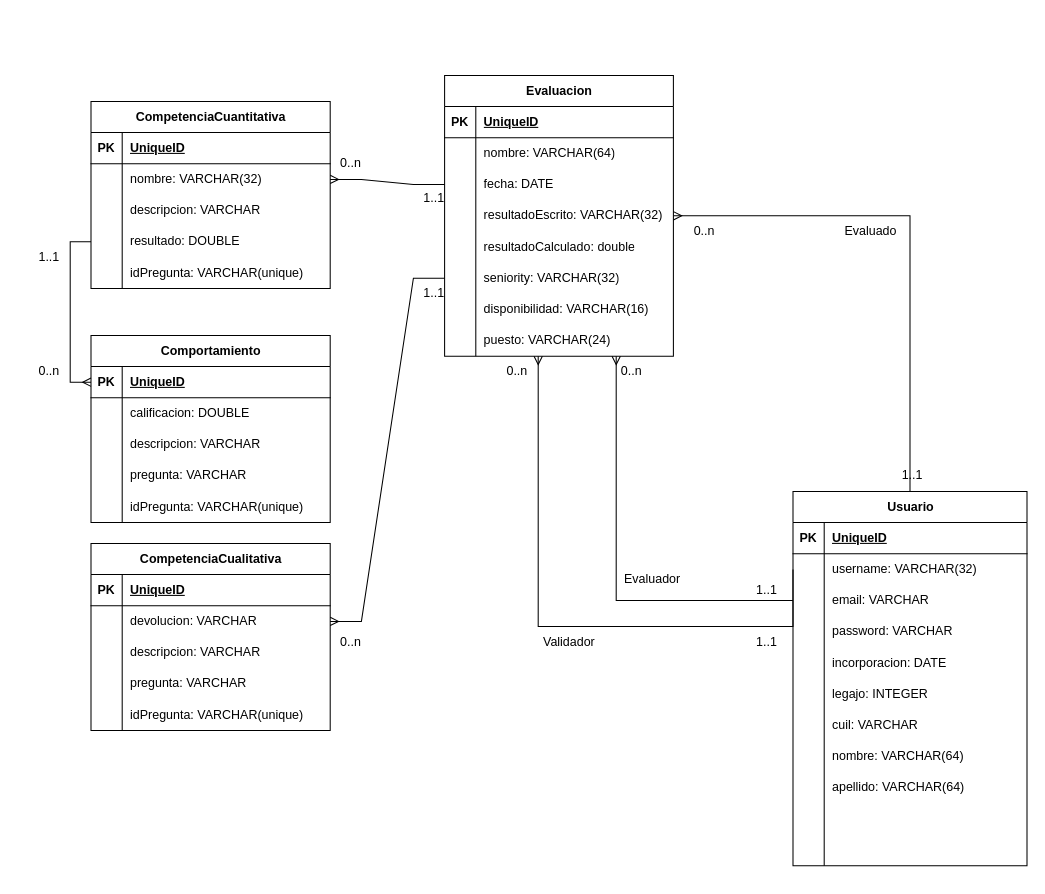
Above: data_model/DER.drawio in EdisonOneTool/evaluacion_desempeno_rrhh_backend (draw.io), before the change. Source tidied: cells renumbered, new cells numbered last; positions are measured from the earlier drawing's top-left corner, leaving out a move shared by most shapes. Both pictures are drawn from the tidied source at 104%, with x=0, y=0 at pixel (18, 75).
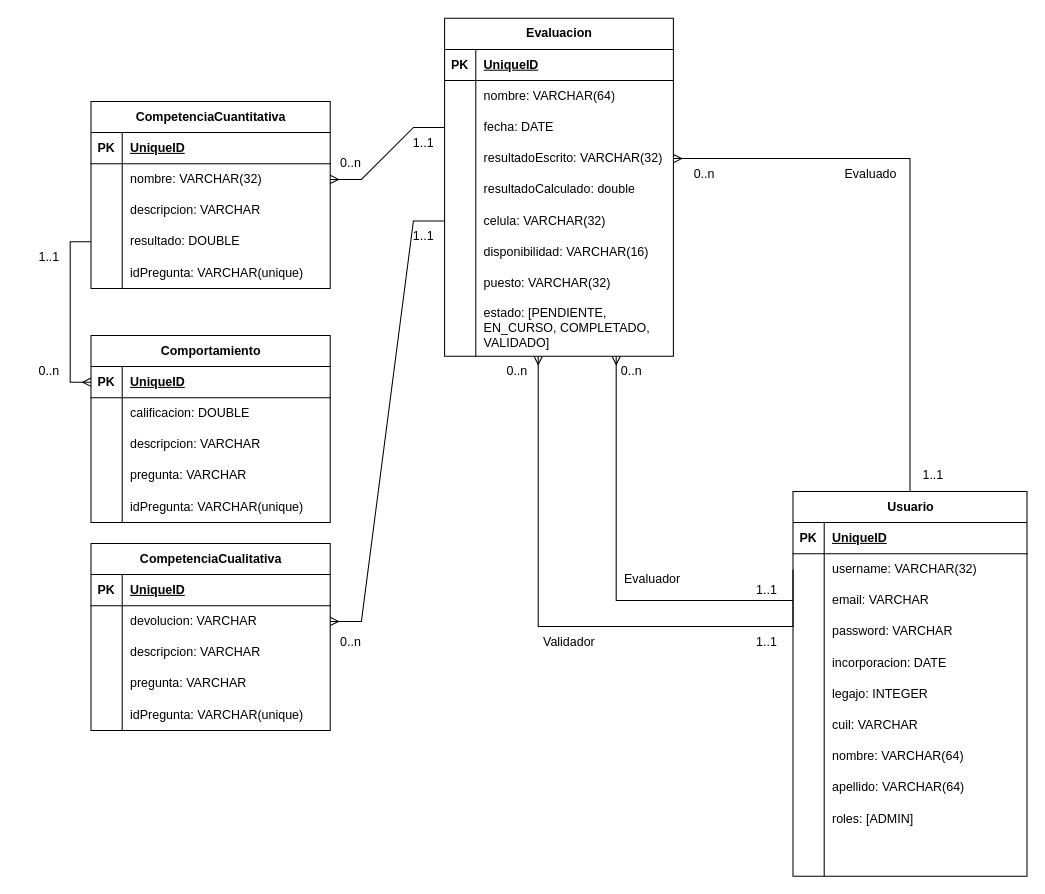
The same diagram, later.

The change refers to these unchanged cells:
```xml
<mxCell id="71" style="shape=tableRow;horizontal=0;startSize=0;swimlaneHead=0;swimlaneBody=0;fillColor=none;points=[[0,0.5],[1,0.5]];portConstraint=eastwest;top=0;left=0;right=0;bottom=0;" parent="55" vertex="1">
  <mxGeometry y="180" width="220" height="30" as="geometry" />
</mxCell>
<mxCell id="77" style="shape=tableRow;horizontal=0;startSize=0;swimlaneHead=0;swimlaneBody=0;fillColor=none;top=0;left=0;right=0;bottom=0;" parent="55" vertex="1">
  <mxGeometry y="240" width="220" height="30" as="geometry" />
</mxCell>
```

What changed in the source:
```diff
@@
     <mxCell id="55" value="Evaluacion" style="shape=table;startSize=30;childLayout=tableLayout;rowLines=0;fontStyle=1;align=center;html=1;" parent="1" vertex="1">
-      <mxGeometry x="410" width="220" height="270" as="geometry" />
+      <mxGeometry x="410" y="-55" width="220" height="325" as="geometry" />
     </mxCell>
@@
-    <mxCell id="73" value="seniority: VARCHAR(32)" style="shape=partialRectangle;fillColor=none;top=0;left=0;bottom=0;right=0;align=left;spacingLeft=6;overflow=hidden;whiteSpace=wrap;html=1;" parent="71" vertex="1">
+    <mxCell id="73" value="celula&lt;span style=&quot;background-color: transparent; color: light-dark(rgb(0, 0, 0), rgb(255, 255, 255));&quot;&gt;: VARCHAR(32)&lt;/span&gt;" style="shape=partialRectangle;fillColor=none;top=0;left=0;bottom=0;right=0;align=left;spacingLeft=6;overflow=hidden;whiteSpace=wrap;html=1;" parent="71" vertex="1">
       <mxGeometry x="30" width="190" height="30" as="geometry" />
     </mxCell>
@@
-    <mxCell id="79" value="puesto: VARCHAR(24)" style="shape=partialRectangle;fillColor=none;top=0;left=0;bottom=0;right=0;align=left;spacingLeft=6;overflow=hidden;whiteSpace=wrap;html=1;" parent="77" vertex="1">
+    <mxCell id="79" value="puesto: VARCHAR(32)" style="shape=partialRectangle;fillColor=none;top=0;left=0;bottom=0;right=0;align=left;spacingLeft=6;overflow=hidden;whiteSpace=wrap;html=1;" parent="77" vertex="1">
       <mxGeometry x="30" width="190" height="30" as="geometry" />
     </mxCell>
+    <mxCell id="134" style="shape=tableRow;horizontal=0;startSize=0;swimlaneHead=0;swimlaneBody=0;fillColor=none;top=0;left=0;right=0;bottom=0;" parent="55" vertex="1">
+      <mxGeometry y="270" width="220" height="55" as="geometry" />
+    </mxCell>
+    <mxCell id="135" style="shape=partialRectangle;fillColor=none;top=0;left=0;bottom=0;right=0;overflow=hidden;whiteSpace=wrap;html=1;" parent="134" vertex="1">
+      <mxGeometry width="30" height="55" as="geometry" />
+    </mxCell>
+    <mxCell id="136" value="estado: [PENDIENTE, EN_CURSO, COMPLETADO, VALIDADO]" style="shape=partialRectangle;fillColor=none;top=0;left=0;bottom=0;right=0;align=left;spacingLeft=6;overflow=hidden;whiteSpace=wrap;html=1;" parent="134" vertex="1">
+      <mxGeometry x="30" width="190" height="55" as="geometry" />
+    </mxCell>
     <mxCell id="80" value="Usuario" style="shape=table;startSize=30;childLayout=tableLayout;rowLines=0;fontStyle=1;align=center;html=1;" parent="1" vertex="1">
-      <mxGeometry x="745" y="400" width="225" height="360" as="geometry" />
+      <mxGeometry x="745" y="400" width="225" height="370" as="geometry" />
     </mxCell>
@@
     <mxCell id="108" style="shape=tableRow;horizontal=0;startSize=0;swimlaneHead=0;swimlaneBody=0;fillColor=none;top=0;left=0;right=0;bottom=0;" parent="80" vertex="1">
-      <mxGeometry y="300" width="225" height="20" as="geometry" />
+      <mxGeometry y="300" width="225" height="30" as="geometry" />
     </mxCell>
     <mxCell id="109" style="shape=partialRectangle;fillColor=none;top=0;left=0;bottom=0;right=0;overflow=hidden;whiteSpace=wrap;html=1;" parent="108" vertex="1">
-      <mxGeometry width="30" height="20" as="geometry" />
+      <mxGeometry width="30" height="30" as="geometry" />
     </mxCell>
-    <mxCell id="110" style="shape=partialRectangle;fillColor=none;top=0;left=0;bottom=0;right=0;align=left;spacingLeft=6;overflow=hidden;whiteSpace=wrap;html=1;" parent="108" vertex="1">
-      <mxGeometry x="30" width="195" height="20" as="geometry" />
+    <mxCell id="110" value="roles: [ADMIN]" style="shape=partialRectangle;fillColor=none;top=0;left=0;bottom=0;right=0;align=left;spacingLeft=6;overflow=hidden;whiteSpace=wrap;html=1;" parent="108" vertex="1">
+      <mxGeometry x="30" width="195" height="30" as="geometry" />
     </mxCell>
     <mxCell id="111" style="shape=tableRow;horizontal=0;startSize=0;swimlaneHead=0;swimlaneBody=0;fillColor=none;top=0;left=0;right=0;bottom=0;" parent="80" vertex="1">
-      <mxGeometry y="320" width="225" height="20" as="geometry" />
+      <mxGeometry y="330" width="225" height="20" as="geometry" />
     </mxCell>
@@
     <mxCell id="114" style="shape=tableRow;horizontal=0;startSize=0;swimlaneHead=0;swimlaneBody=0;fillColor=none;top=0;left=0;right=0;bottom=0;" parent="80" vertex="1">
-      <mxGeometry y="340" width="225" height="20" as="geometry" />
+      <mxGeometry y="350" width="225" height="20" as="geometry" />
     </mxCell>
@@
     <mxCell id="117" value="0..n" style="text;html=1;whiteSpace=wrap;strokeColor=none;fillColor=none;align=center;verticalAlign=middle;rounded=0;" parent="1" vertex="1">
-      <mxGeometry x="630" y="135" width="60" height="30" as="geometry" />
+      <mxGeometry x="630" y="80" width="60" height="30" as="geometry" />
     </mxCell>
@@
     <mxCell id="119" value="1..1" style="text;html=1;whiteSpace=wrap;strokeColor=none;fillColor=none;align=center;verticalAlign=middle;rounded=0;" parent="1" vertex="1">
-      <mxGeometry x="830" y="370" width="60" height="30" as="geometry" />
+      <mxGeometry x="850" y="370" width="60" height="30" as="geometry" />
     </mxCell>
@@
     <mxCell id="126" value="1..1" style="text;html=1;whiteSpace=wrap;strokeColor=none;fillColor=none;align=center;verticalAlign=middle;rounded=0;" parent="1" vertex="1">
-      <mxGeometry x="370" y="102.5" width="60" height="30" as="geometry" />
+      <mxGeometry x="360" y="50" width="60" height="30" as="geometry" />
     </mxCell>
@@
     <mxCell id="131" value="1..1" style="text;html=1;whiteSpace=wrap;strokeColor=none;fillColor=none;align=center;verticalAlign=middle;rounded=0;" parent="1" vertex="1">
-      <mxGeometry x="370" y="195" width="60" height="30" as="geometry" />
+      <mxGeometry x="360" y="140" width="60" height="30" as="geometry" />
     </mxCell>
     <mxCell id="132" value="Evaluado" style="text;html=1;whiteSpace=wrap;strokeColor=none;fillColor=none;align=center;verticalAlign=middle;rounded=0;" parent="1" vertex="1">
-      <mxGeometry x="790" y="135" width="60" height="30" as="geometry" />
+      <mxGeometry x="790" y="80" width="60" height="30" as="geometry" />
     </mxCell>
```
